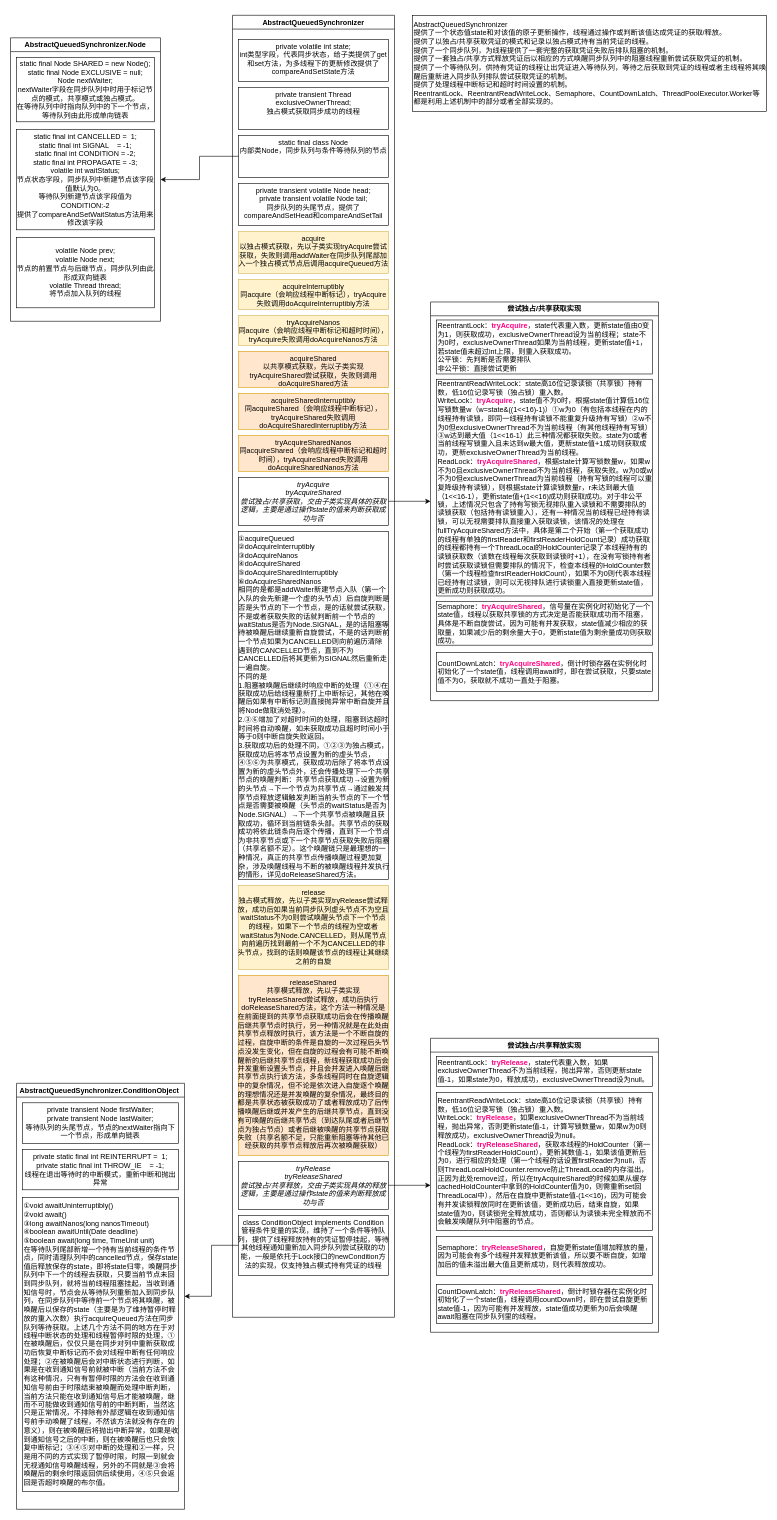
This is AbstractQueuedSynchronizer.drawio from a7956232/drawIOFiles, a draw.io file, before an edit. Source tidied: cells renumbered, new cells numbered last; positions are measured from the earlier drawing's top-left corner, leaving out a move shared by most shapes. Both pictures are drawn from the tidied source at 60%, with x=0, y=0 at pixel (10, 15).
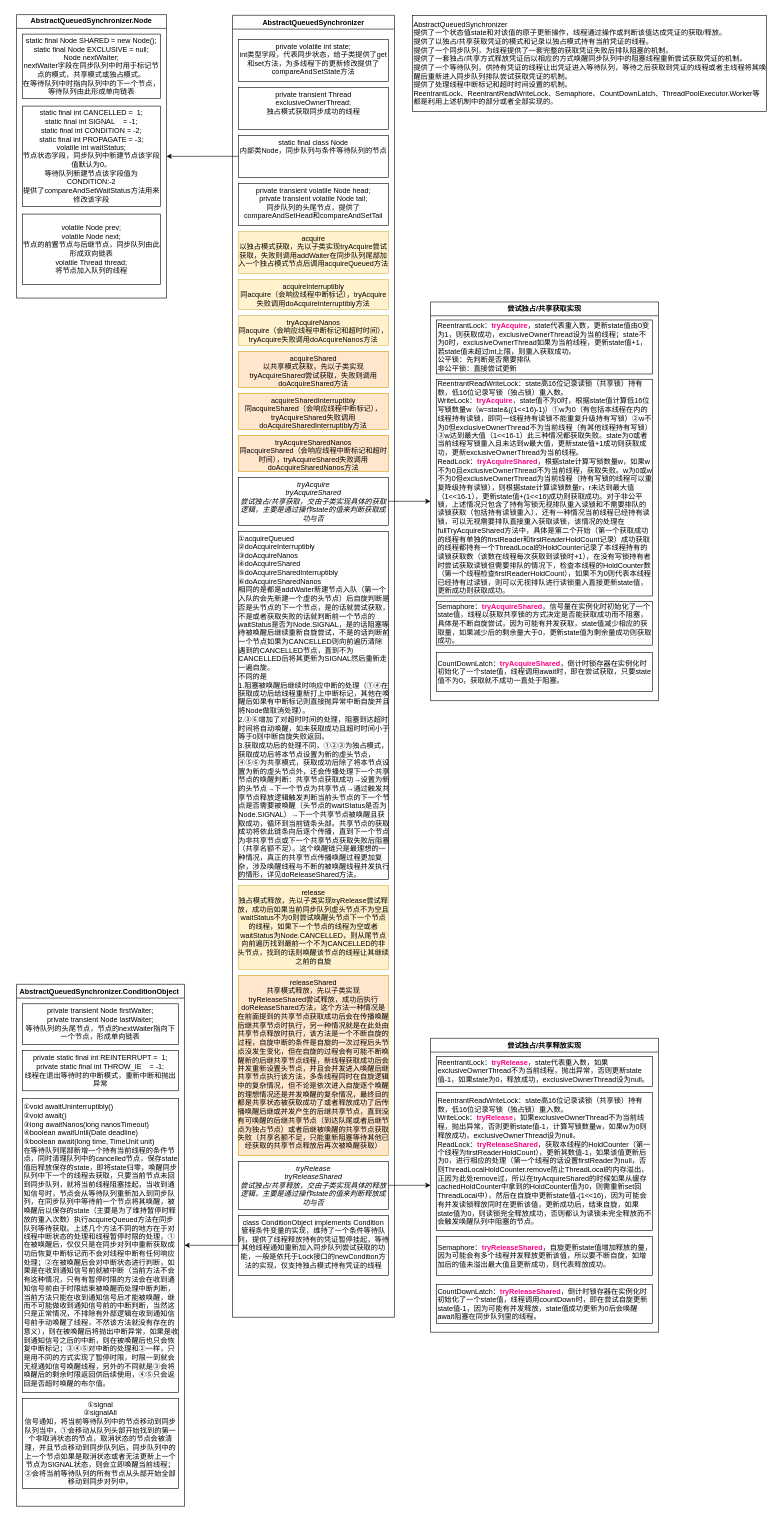
The same diagram, later.

Diff of the diagram source:
```diff
@@
     <mxCell id="19" value="AbstractQueuedSynchronizer.Node" style="swimlane;whiteSpace=wrap;rounded=0;labelBackgroundColor=none;strokeColor=default;fontFamily=Helvetica;fontSize=12;fontColor=#000000;fillColor=default;" parent="1" vertex="1">
-      <mxGeometry y="37.5" width="250" height="472.5" as="geometry" />
+      <mxGeometry x="10" y="-1.2" width="250" height="472.5" as="geometry" />
     </mxCell>
@@
     <mxCell id="37" value="AbstractQueuedSynchronizer.ConditionObject " style="swimlane;whiteSpace=wrap;rounded=0;labelBackgroundColor=none;strokeColor=default;fontFamily=Helvetica;fontSize=12;fontColor=#000000;fillColor=default;" parent="1" vertex="1">
-      <mxGeometry x="10" y="1780" width="280" height="710" as="geometry" />
+      <mxGeometry x="10" y="1615" width="280" height="870" as="geometry" />
     </mxCell>
@@
+    <mxCell id="42" value="①signal&lt;br&gt;②signalAll&lt;br&gt;信号通知，将当前等待队列中的节点移动到同步队列当中，①会移动从队列头部开始找到的第一个非取消状态的节点，取消状态的节点会被清理，并且节点移动到同步队列后，同步队列中的上一个节点如果是取消状态或者无法更新上一个节点为SIGNAL状态，则会立即唤醒当前线程；②会将当前等待队列的所有节点从头部开始全部移动到同步对列中。" style="rounded=0;whiteSpace=wrap;html=1;labelBackgroundColor=none;strokeColor=default;fontFamily=Helvetica;fontSize=12;fontColor=#000000;fillColor=default;" parent="37" vertex="1">
+      <mxGeometry x="10" y="690" width="260" height="150" as="geometry" />
+    </mxCell>
```
